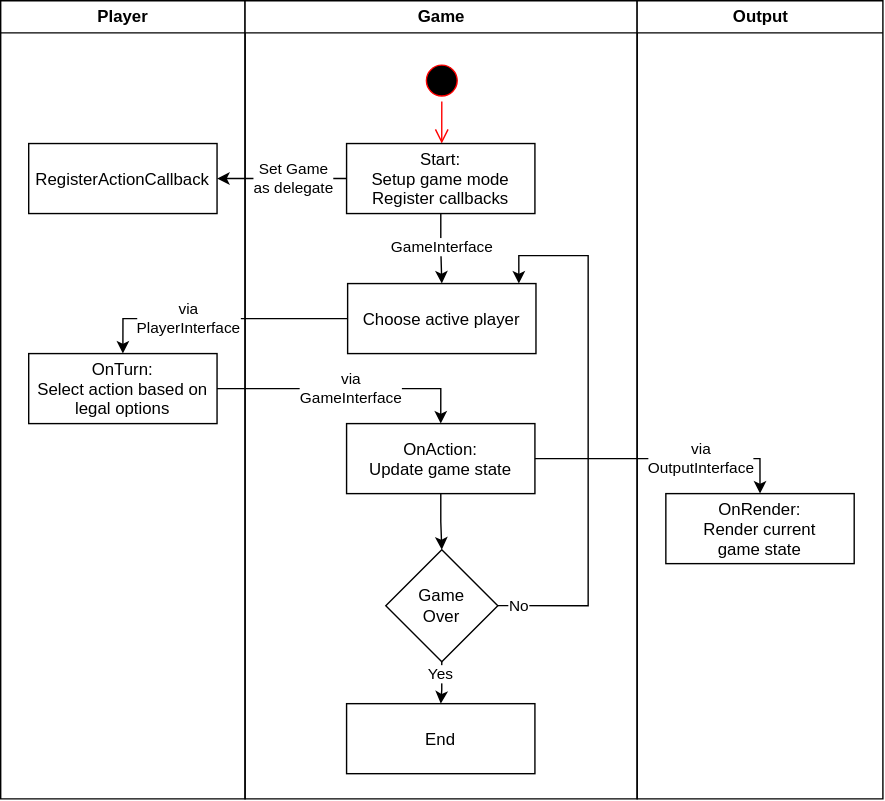
This is durak-bot/Control_Flow.drawio.svg from ArrowMaxGithub/fom-projektarbeit-ss26, a draw.io export, as it was before one commit. Source tidied: cells renumbered, new cells last; positions are measured from the earlier drawing's top-left corner, leaving out a move shared by most shapes.
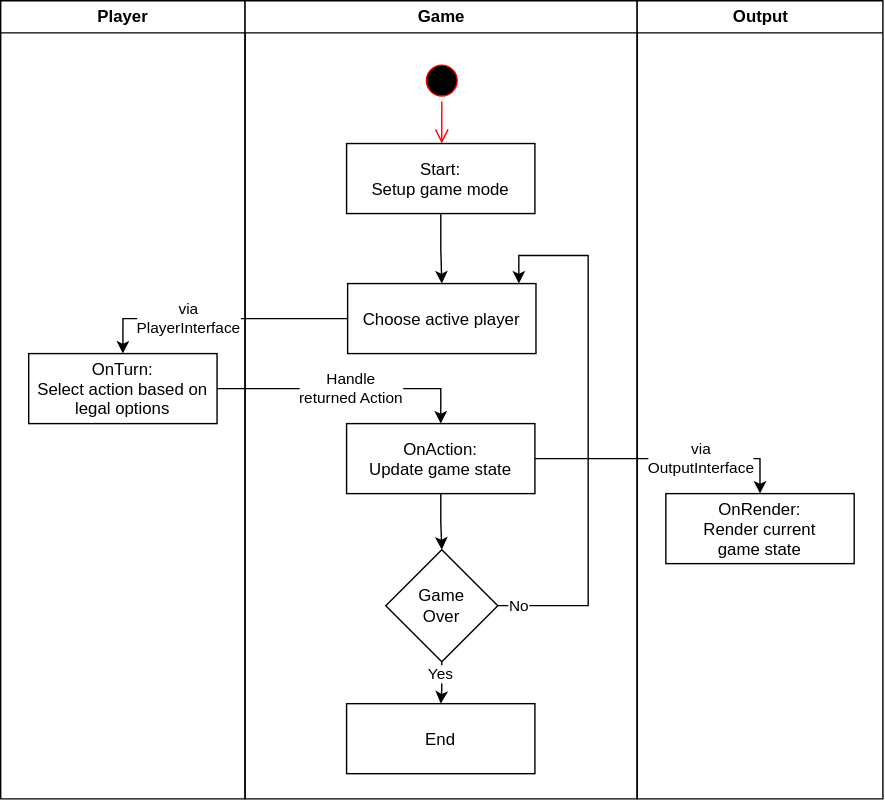
Later version of the same file.

Commit message:
Update control flow diagram

Diff of the diagram source:
```diff
@@ -8,9 +8,6 @@
     <mxCell id="3" value="OnTurn:&#10;Select action based on&#10;legal options" parent="2" vertex="1">
       <mxGeometry x="20" y="252" width="134.5" height="50" as="geometry" />
     </mxCell>
-    <mxCell id="4" value="RegisterActionCallback" parent="2" vertex="1">
-      <mxGeometry x="20" y="102" width="134.5" height="50" as="geometry" />
-    </mxCell>
     <mxCell id="5" value="Game" style="swimlane;whiteSpace=wrap;startSize=23;" parent="1" vertex="1">
       <mxGeometry x="174.5" width="280" height="570" as="geometry" />
     </mxCell>
@@ -23,12 +20,7 @@
     <mxCell id="8" style="edgeStyle=orthogonalEdgeStyle;rounded=0;jettySize=auto;html=1;entryX=0.5;entryY=0;entryDx=0;entryDy=0;" parent="5" edge="1" source="10" target="18">
       <mxGeometry relative="1" as="geometry" />
     </mxCell>
-    <mxCell id="9" value="GameInterface" style="edgeLabel;html=1;align=center;verticalAlign=middle;" parent="8" vertex="1">
-      <mxGeometry x="-0.06" y="-2" relative="1" as="geometry">
-        <mxPoint x="2" as="offset" />
-      </mxGeometry>
-    </mxCell>
-    <mxCell id="10" value="Start:&#10;Setup game mode&#10;Register callbacks" parent="5" vertex="1">
+    <mxCell id="10" value="Start:&#10;Setup game mode" parent="5" vertex="1">
       <mxGeometry x="72.5" y="102" width="134.5" height="50" as="geometry" />
     </mxCell>
     <mxCell id="11" style="edgeStyle=orthogonalEdgeStyle;rounded=0;jettySize=auto;html=1;entryX=0.5;entryY=0;entryDx=0;entryDy=0;" parent="5" edge="1" source="12" target="17">
@@ -86,7 +78,7 @@
         <mxPoint x="314.2" y="302" as="targetPoint" />
       </mxGeometry>
     </mxCell>
-    <mxCell id="25" value="via&lt;br&gt;GameInterface" style="edgeLabel;html=1;align=center;verticalAlign=middle;" parent="24" vertex="1">
+    <mxCell id="25" value="Handle&lt;br&gt;returned Action" style="edgeLabel;html=1;align=center;verticalAlign=middle;" parent="24" vertex="1">
       <mxGeometry x="-0.12" relative="1" as="geometry">
         <mxPoint x="14" as="offset" />
       </mxGeometry>
@@ -99,13 +91,5 @@
         <mxPoint x="29" y="-1" as="offset" />
       </mxGeometry>
     </mxCell>
-    <mxCell id="28" style="edgeStyle=orthogonalEdgeStyle;rounded=0;jettySize=auto;html=1;entryX=1;entryY=0.5;entryDx=0;entryDy=0;" parent="1" edge="1" source="10" target="4">
-      <mxGeometry relative="1" as="geometry" />
-    </mxCell>
-    <mxCell id="29" value="&lt;div&gt;Set Game&lt;/div&gt;&lt;div&gt;as delegate&lt;/div&gt;" style="edgeLabel;html=1;align=center;verticalAlign=middle;" parent="28" vertex="1">
-      <mxGeometry x="0.1" y="1" relative="1" as="geometry">
-        <mxPoint x="13" y="-1" as="offset" />
-      </mxGeometry>
-    </mxCell>
   </root>
 </mxGraphModel>
```
